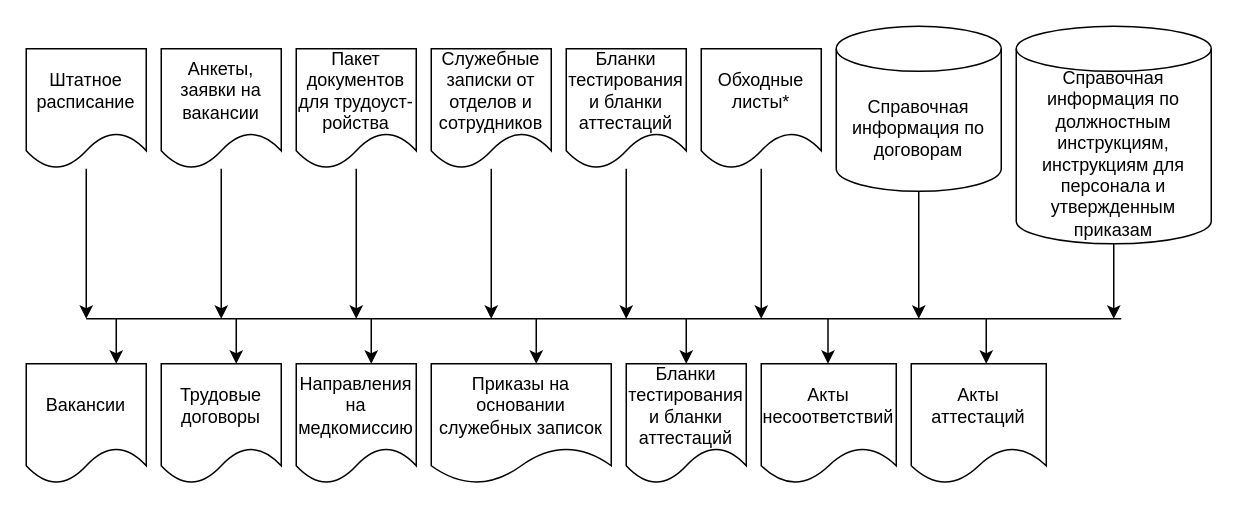
lyudmilareshetyuk/draw.io keeps this draw.io diagram as Информационная модель связи входных и результирующих документов Отдел кадров.drawio. Above is the earlier version. Source tidied: cells renumbered, new cells numbered last; positions are measured from the earlier drawing's top-left corner, leaving out a move shared by most shapes. Both pictures are drawn from the tidied source at 150%, with x=0, y=0 at pixel (26, 26).
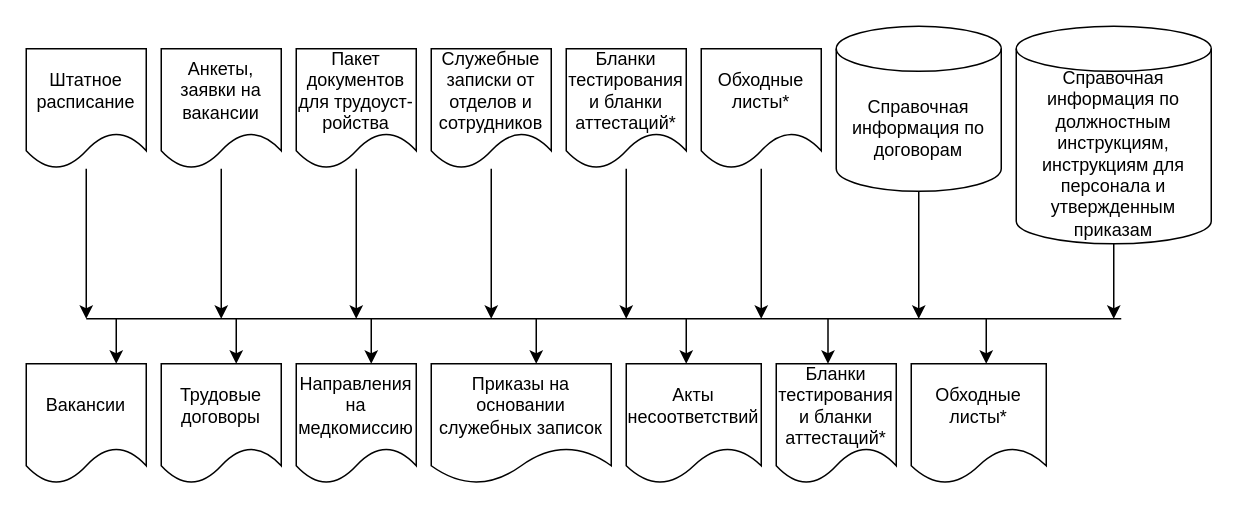
The same page after the edit.

Change to the diagram source:
```diff
@@
-    <mxCell id="13" value="Бланки тестирования и бланки аттестаций" style="shape=document;whiteSpace=wrap;html=1;boundedLbl=1;" parent="1" vertex="1">
+    <mxCell id="13" value="Бланки тестирования и бланки аттестаций*" style="shape=document;whiteSpace=wrap;html=1;boundedLbl=1;" parent="1" vertex="1">
       <mxGeometry x="360" y="15" width="80" height="80" as="geometry" />
     </mxCell>
@@
     <mxCell id="19" value="Акты несоответствий" style="shape=document;whiteSpace=wrap;html=1;boundedLbl=1;" parent="1" vertex="1">
-      <mxGeometry x="490" y="225" width="90" height="80" as="geometry" />
+      <mxGeometry x="400" y="225" width="90" height="80" as="geometry" />
     </mxCell>
@@
-    <mxCell id="23" value="Бланки тестирования и бланки аттестаций" style="shape=document;whiteSpace=wrap;html=1;boundedLbl=1;" parent="1" vertex="1">
-      <mxGeometry x="400" y="225" width="80" height="80" as="geometry" />
+    <mxCell id="23" value="Бланки тестирования и бланки аттестаций*" style="shape=document;whiteSpace=wrap;html=1;boundedLbl=1;" parent="1" vertex="1">
+      <mxGeometry x="500" y="225" width="80" height="80" as="geometry" />
     </mxCell>
-    <mxCell id="24" value="Акты аттестаций" style="shape=document;whiteSpace=wrap;html=1;boundedLbl=1;" parent="1" vertex="1">
+    <mxCell id="24" value="Обходные листы*" style="shape=document;whiteSpace=wrap;html=1;boundedLbl=1;" parent="1" vertex="1">
       <mxGeometry x="590" y="225" width="90" height="80" as="geometry" />
     </mxCell>
```
